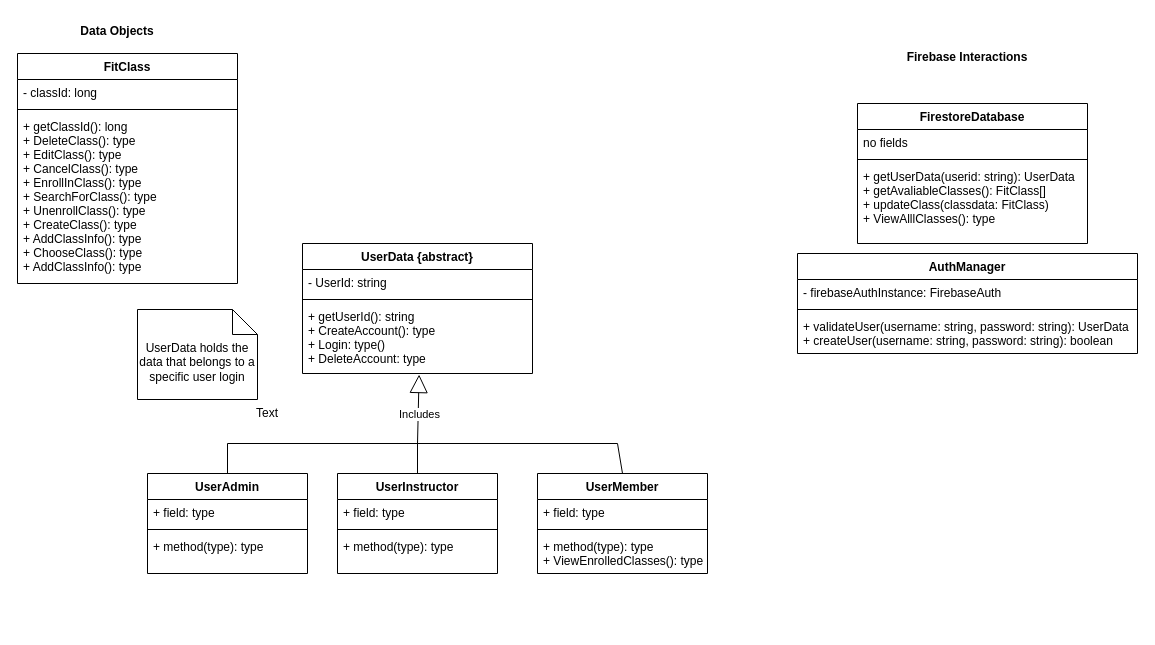
This is docs/diagrams/UML_Class_Diagram.drawio from ritvik130/Fitbits, a draw.io file, before an edit. Source tidied: cells renumbered, new cells numbered last; positions are measured from the earlier drawing's top-left corner, leaving out a move shared by most shapes. Both pictures are drawn from the tidied source at 100%, with x=0, y=0 at pixel (17, 17).
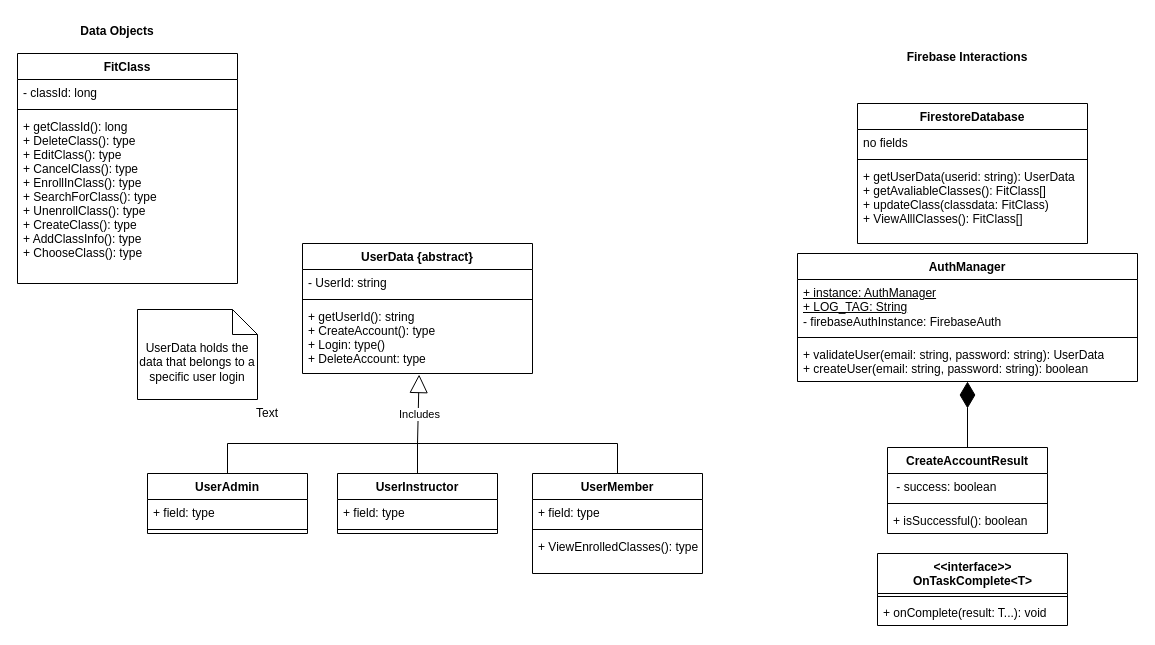
Above is the later version.

The change refers to these unchanged cells:
```xml
<mxCell id="2" value="FirestoreDatabase&#10;" style="swimlane;fontStyle=1;align=center;verticalAlign=top;horizontal=1;startSize=26;" parent="1" vertex="1">
  <mxGeometry x="840" y="86" width="230" height="140" as="geometry" />
</mxCell>
<mxCell id="10" value="UserData {abstract}" style="swimlane;fontStyle=1;align=center;verticalAlign=top;horizontal=1;startSize=26;" parent="1" vertex="1">
  <mxGeometry x="285" y="226" width="230" height="130" as="geometry" />
</mxCell>
<mxCell id="16" value="FitClass" style="swimlane;fontStyle=1;align=center;verticalAlign=top;horizontal=1;startSize=26;" parent="1" vertex="1">
  <mxGeometry y="36" width="220" height="230" as="geometry" />
</mxCell>
```

What changed in the source:
```diff
@@
-    <mxCell id="5" value="+ getUserData(userid: string): UserData&#10;+ getAvaliableClasses(): FitClass[]&#10;+ updateClass(classdata: FitClass)&#10;+ ViewAlllClasses(): type&#10;" style="text;strokeColor=none;fillColor=none;align=left;verticalAlign=top;spacingLeft=4;spacingRight=4;overflow=hidden;" parent="2" vertex="1">
+    <mxCell id="5" value="+ getUserData(userid: string): UserData&#10;+ getAvaliableClasses(): FitClass[]&#10;+ updateClass(classdata: FitClass)&#10;+ ViewAlllClasses(): FitClass[]&#10;" style="text;strokeColor=none;fillColor=none;align=left;verticalAlign=top;spacingLeft=4;spacingRight=4;overflow=hidden;" parent="2" vertex="1">
       <mxGeometry y="60" width="230" height="80" as="geometry" />
     </mxCell>
     <mxCell id="6" value="AuthManager" style="swimlane;fontStyle=1;align=center;verticalAlign=top;horizontal=1;startSize=26;" parent="1" vertex="1">
-      <mxGeometry x="780" y="236" width="340" height="100" as="geometry" />
+      <mxGeometry x="780" y="236" width="340" height="128" as="geometry" />
     </mxCell>
-    <mxCell id="7" value="- firebaseAuthInstance: FirebaseAuth" style="text;strokeColor=none;fillColor=none;align=left;verticalAlign=top;spacingLeft=4;spacingRight=4;overflow=hidden;" parent="6" vertex="1">
-      <mxGeometry y="26" width="340" height="26" as="geometry" />
+    <mxCell id="7" value="&lt;u&gt;+ instance: AuthManager&lt;br&gt;+ LOG_TAG: String&lt;br&gt;&lt;/u&gt;- firebaseAuthInstance: FirebaseAuth" style="text;strokeColor=none;fillColor=none;align=left;verticalAlign=top;spacingLeft=4;spacingRight=4;overflow=hidden;fontStyle=0;html=1;" parent="6" vertex="1">
+      <mxGeometry y="26" width="340" height="54" as="geometry" />
     </mxCell>
     <mxCell id="8" style="line;strokeWidth=1;fillColor=none;align=left;verticalAlign=middle;spacingTop=-1;spacingLeft=3;spacingRight=3;labelPosition=right;" parent="6" vertex="1">
-      <mxGeometry y="52" width="340" height="8" as="geometry" />
+      <mxGeometry y="80" width="340" height="8" as="geometry" />
     </mxCell>
-    <mxCell id="9" value="+ validateUser(username: string, password: string): UserData&#10;+ createUser(username: string, password: string): boolean&#10;" style="text;strokeColor=none;fillColor=none;align=left;verticalAlign=top;spacingLeft=4;spacingRight=4;overflow=hidden;points=[[0,0.5],[1,0.5]];portConstraint=eastwest;" parent="6" vertex="1">
-      <mxGeometry y="60" width="340" height="40" as="geometry" />
+    <mxCell id="9" value="+ validateUser(email: string, password: string): UserData&lt;br&gt;+ createUser(email: string, password: string): boolean" style="text;strokeColor=none;fillColor=none;align=left;verticalAlign=top;spacingLeft=4;spacingRight=4;overflow=hidden;points=[[0,0.5],[1,0.5]];portConstraint=eastwest;fontStyle=0;html=1;" parent="6" vertex="1">
+      <mxGeometry y="88" width="340" height="40" as="geometry" />
     </mxCell>
@@
-    <mxCell id="13" value="+ getUserId(): string&#10;+ CreateAccount(): type&#10;+ Login: type()&#10;+ DeleteAccount: type&#10;&#10;" style="text;strokeColor=none;fillColor=none;align=left;verticalAlign=top;spacingLeft=4;spacingRight=4;overflow=hidden;points=[[0,0.5],[1,0.5]];portConstraint=eastwest;" parent="10" vertex="1">
+    <mxCell id="13" value="+ getUserId(): string&#10;+ CreateAccount(): type&#10;+ Login: type()&#10;+ DeleteAccount: type" style="text;strokeColor=none;fillColor=none;align=left;verticalAlign=top;spacingLeft=4;spacingRight=4;overflow=hidden;points=[[0,0.5],[1,0.5]];portConstraint=eastwest;fontStyle=0;" parent="10" vertex="1">
       <mxGeometry y="60" width="230" height="70" as="geometry" />
     </mxCell>
@@
-    <mxCell id="19" value="+ getClassId(): long&#10;+ DeleteClass(): type&#10;+ EditClass(): type&#10;+ CancelClass(): type&#10;+ EnrollInClass(): type&#10;+ SearchForClass(): type&#10;+ UnenrollClass(): type&#10;+ CreateClass(): type&#10;+ AddClassInfo(): type&#10;+ ChooseClass(): type&#10;+ AddClassInfo(): type" style="text;strokeColor=none;fillColor=none;align=left;verticalAlign=top;spacingLeft=4;spacingRight=4;overflow=hidden;" parent="16" vertex="1">
+    <mxCell id="19" value="+ getClassId(): long&#10;+ DeleteClass(): type&#10;+ EditClass(): type&#10;+ CancelClass(): type&#10;+ EnrollInClass(): type&#10;+ SearchForClass(): type&#10;+ UnenrollClass(): type&#10;+ CreateClass(): type&#10;+ AddClassInfo(): type&#10;+ ChooseClass(): type" style="text;strokeColor=none;fillColor=none;align=left;verticalAlign=top;spacingLeft=4;spacingRight=4;overflow=hidden;" parent="16" vertex="1">
       <mxGeometry y="60" width="220" height="170" as="geometry" />
     </mxCell>
@@
     <mxCell id="21" value="UserAdmin" style="swimlane;fontStyle=1;align=center;verticalAlign=top;horizontal=1;startSize=26;" parent="1" vertex="1">
-      <mxGeometry x="130" y="456" width="160" height="100" as="geometry" />
+      <mxGeometry x="130" y="456" width="160" height="60" as="geometry" />
     </mxCell>
@@
-    <mxCell id="24" value="+ method(type): type&#10;" style="text;strokeColor=none;fillColor=none;align=left;verticalAlign=top;spacingLeft=4;spacingRight=4;overflow=hidden;" parent="21" vertex="1">
-      <mxGeometry y="60" width="160" height="40" as="geometry" />
-    </mxCell>
     <mxCell id="25" value="UserInstructor" style="swimlane;fontStyle=1;align=center;verticalAlign=top;horizontal=1;startSize=26;" parent="1" vertex="1">
-      <mxGeometry x="320" y="456" width="160" height="100" as="geometry" />
+      <mxGeometry x="320" y="456" width="160" height="60" as="geometry" />
     </mxCell>
@@
-    <mxCell id="28" value="+ method(type): type&#10;&#10;" style="text;strokeColor=none;fillColor=none;align=left;verticalAlign=top;spacingLeft=4;spacingRight=4;overflow=hidden;" parent="25" vertex="1">
-      <mxGeometry y="60" width="160" height="40" as="geometry" />
-    </mxCell>
     <mxCell id="29" value="UserMember" style="swimlane;fontStyle=1;align=center;verticalAlign=top;horizontal=1;startSize=26;" parent="1" vertex="1">
-      <mxGeometry x="520" y="456" width="170" height="100" as="geometry" />
+      <mxGeometry x="515" y="456" width="170" height="100" as="geometry" />
     </mxCell>
@@
-    <mxCell id="32" value="+ method(type): type&#10;+ ViewEnrolledClasses(): type&#10;&#10;" style="text;strokeColor=none;fillColor=none;align=left;verticalAlign=top;spacingLeft=4;spacingRight=4;overflow=hidden;" parent="29" vertex="1">
+    <mxCell id="32" value="+ ViewEnrolledClasses(): type&#10;&#10;" style="text;strokeColor=none;fillColor=none;align=left;verticalAlign=top;spacingLeft=4;spacingRight=4;overflow=hidden;" parent="29" vertex="1">
       <mxGeometry y="60" width="170" height="40" as="geometry" />
     </mxCell>
@@
+    <mxCell id="39" value="&amp;lt;&amp;lt;interface&amp;gt;&amp;gt;&lt;br&gt;OnTaskComplete&amp;lt;T&amp;gt;" style="swimlane;fontStyle=1;align=center;verticalAlign=top;horizontal=1;startSize=40;html=1;" parent="1" vertex="1">
+      <mxGeometry x="860" y="536" width="190" height="72" as="geometry" />
+    </mxCell>
+    <mxCell id="40" style="line;strokeWidth=1;fillColor=none;align=left;verticalAlign=middle;spacingTop=-1;spacingLeft=3;spacingRight=3;labelPosition=right;" parent="39" vertex="1">
+      <mxGeometry y="40" width="190" height="6" as="geometry" />
+    </mxCell>
+    <mxCell id="41" value="+ onComplete(result: T...): void" style="text;strokeColor=none;fillColor=none;align=left;verticalAlign=top;spacingLeft=4;spacingRight=4;overflow=hidden;" parent="39" vertex="1">
+      <mxGeometry y="46" width="190" height="26" as="geometry" />
+    </mxCell>
+    <mxCell id="42" style="endArrow=diamondThin;endFill=1;endSize=24;html=1;exitX=0.5;exitY=0;exitDx=0;exitDy=0;" parent="1" edge="1" source="43" target="9">
+      <mxGeometry relative="1" as="geometry" />
+    </mxCell>
+    <mxCell id="43" value="CreateAccountResult" style="swimlane;fontStyle=1;align=center;verticalAlign=top;horizontal=1;startSize=26;" parent="1" vertex="1">
+      <mxGeometry x="870" y="430" width="160" height="86" as="geometry" />
+    </mxCell>
+    <mxCell id="44" value=" - success: boolean" style="text;strokeColor=none;fillColor=none;align=left;verticalAlign=top;spacingLeft=4;spacingRight=4;overflow=hidden;" parent="43" vertex="1">
+      <mxGeometry y="26" width="160" height="26" as="geometry" />
+    </mxCell>
+    <mxCell id="45" style="line;strokeWidth=1;fillColor=none;align=left;verticalAlign=middle;spacingTop=-1;spacingLeft=3;spacingRight=3;labelPosition=right;" parent="43" vertex="1">
+      <mxGeometry y="52" width="160" height="8" as="geometry" />
+    </mxCell>
+    <mxCell id="46" value="+ isSuccessful(): boolean" style="text;strokeColor=none;fillColor=none;align=left;verticalAlign=top;spacingLeft=4;spacingRight=4;overflow=hidden;" parent="43" vertex="1">
+      <mxGeometry y="60" width="160" height="26" as="geometry" />
+    </mxCell>
```
